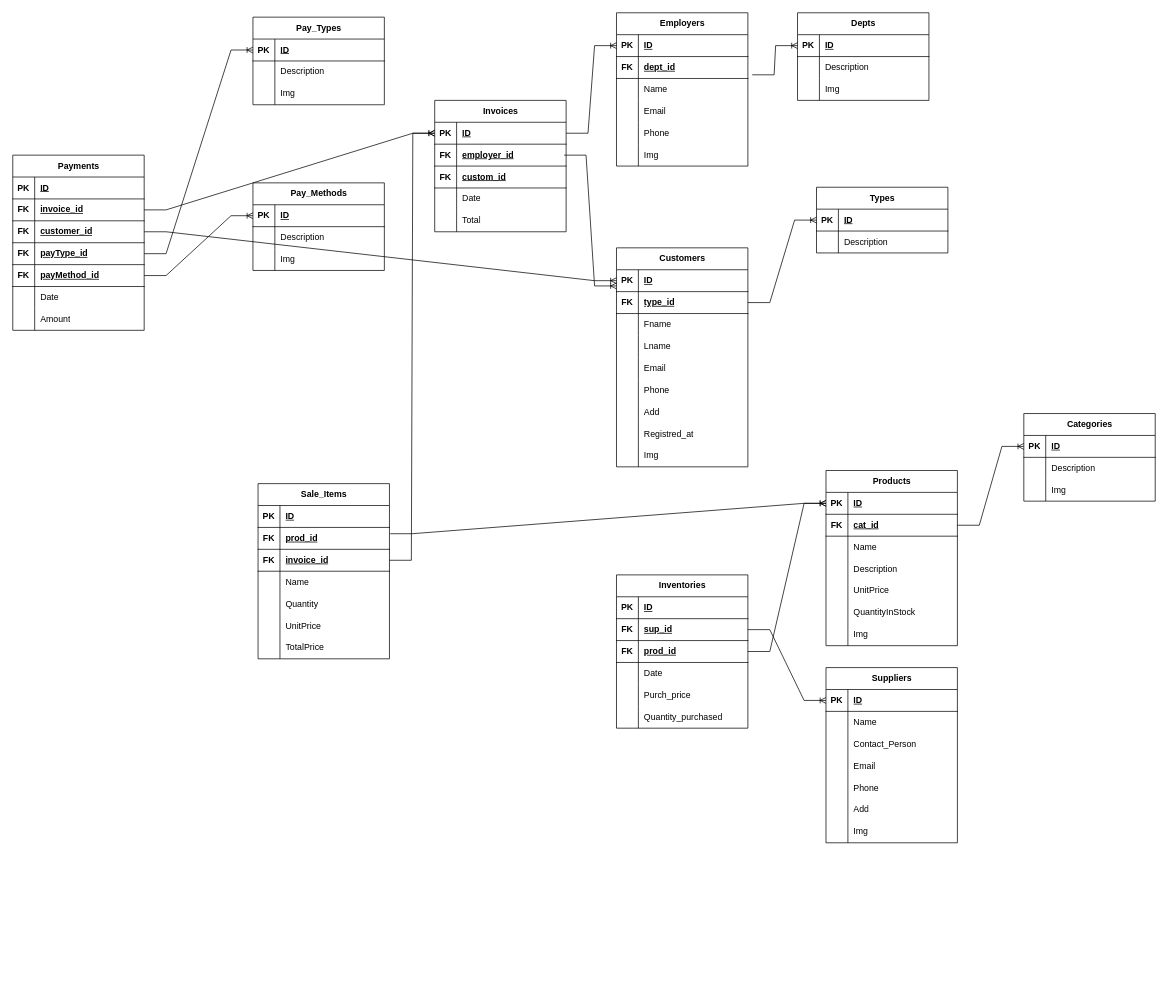
Before: Untitled Diagram.drawio in D4N73MY7H/ODOO_SHOP, a draw.io diagram. Source tidied: cells renumbered, new cells numbered last; positions are measured from the earlier drawing's top-left corner, leaving out a move shared by most shapes. Both pictures are drawn from the tidied source at 73%, with x=0, y=0 at pixel (12, 12).
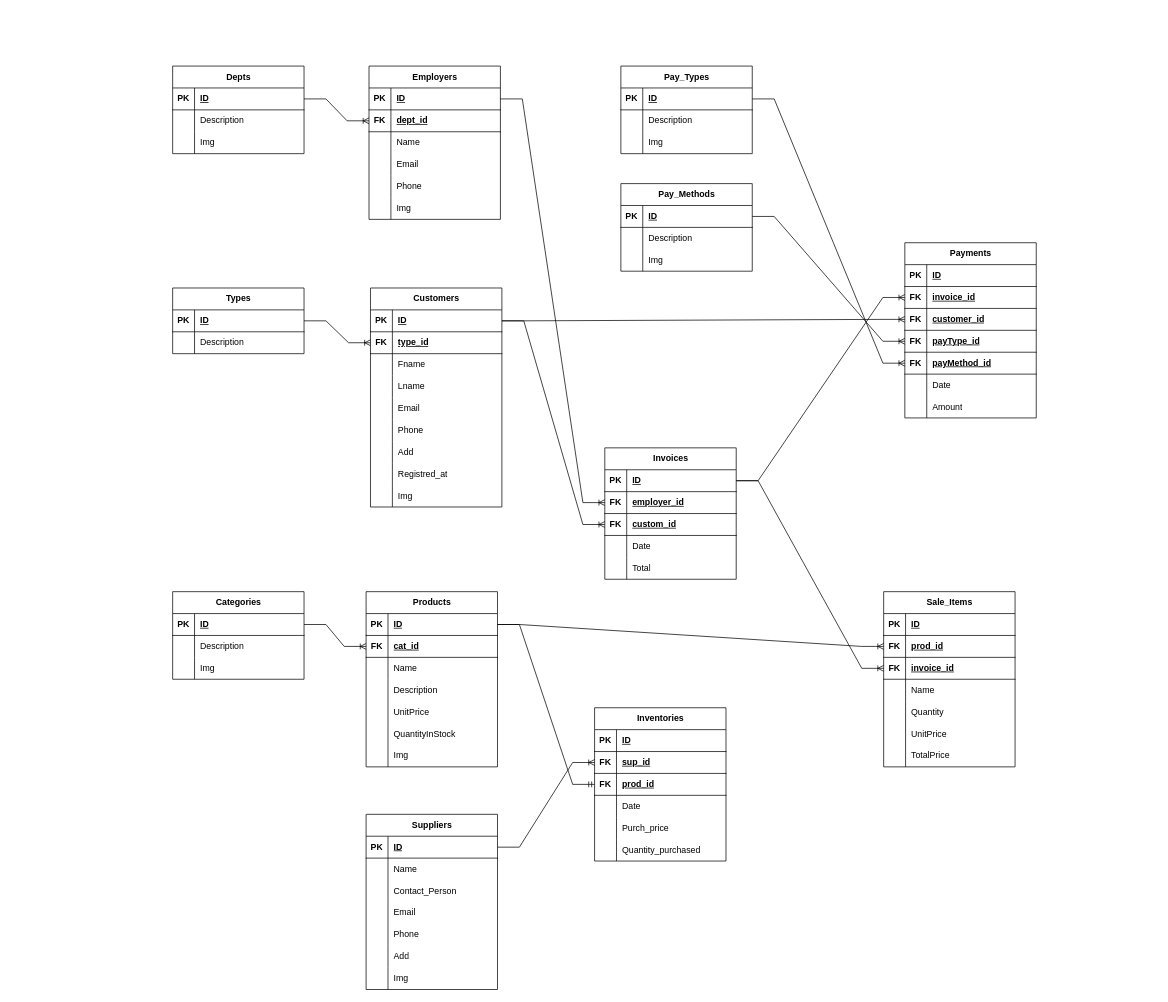
The same diagram, later.

Unchanged cells that the change refers to:
```xml
<mxCell id="3" style="shape=tableRow;horizontal=0;startSize=0;swimlaneHead=0;swimlaneBody=0;fillColor=none;points=[[0,0.5],[1,0.5]];portConstraint=eastwest;top=0;left=0;right=0;bottom=1;" parent="2" vertex="1">
  <mxGeometry y="30" width="180" height="30" as="geometry" />
</mxCell>
<mxCell id="13" style="shape=tableRow;horizontal=0;startSize=0;swimlaneHead=0;swimlaneBody=0;fillColor=none;points=[[0,0.5],[1,0.5]];portConstraint=eastwest;top=0;left=0;right=0;bottom=1;" parent="12" vertex="1">
  <mxGeometry y="30" width="180" height="30" as="geometry" />
</mxCell>
<mxCell id="20" style="shape=tableRow;horizontal=0;startSize=0;swimlaneHead=0;swimlaneBody=0;fillColor=none;points=[[0,0.5],[1,0.5]];portConstraint=eastwest;top=0;left=0;right=0;bottom=1;" parent="19" vertex="1">
  <mxGeometry y="30" width="180" height="30" as="geometry" />
</mxCell>
<mxCell id="30" style="shape=tableRow;horizontal=0;startSize=0;swimlaneHead=0;swimlaneBody=0;fillColor=none;points=[[0,0.5],[1,0.5]];portConstraint=eastwest;top=0;left=0;right=0;bottom=1;" parent="29" vertex="1">
  <mxGeometry y="30" width="180" height="30" as="geometry" />
</mxCell>
<mxCell id="40" style="shape=tableRow;horizontal=0;startSize=0;swimlaneHead=0;swimlaneBody=0;fillColor=none;points=[[0,0.5],[1,0.5]];portConstraint=eastwest;top=0;left=0;right=0;bottom=1;" parent="39" vertex="1">
  <mxGeometry y="30" width="180" height="30" as="geometry" />
</mxCell>
<mxCell id="50" style="shape=tableRow;horizontal=0;startSize=0;swimlaneHead=0;swimlaneBody=0;fillColor=none;points=[[0,0.5],[1,0.5]];portConstraint=eastwest;top=0;left=0;right=0;bottom=1;" parent="49" vertex="1">
  <mxGeometry y="30" width="180" height="30" as="geometry" />
</mxCell>
<mxCell id="53" style="shape=tableRow;horizontal=0;startSize=0;swimlaneHead=0;swimlaneBody=0;fillColor=none;points=[[0,0.5],[1,0.5]];portConstraint=eastwest;top=0;left=0;right=0;bottom=1;" parent="49" vertex="1">
  <mxGeometry y="60" width="180" height="30" as="geometry" />
</mxCell>
<mxCell id="69" style="shape=tableRow;horizontal=0;startSize=0;swimlaneHead=0;swimlaneBody=0;fillColor=none;points=[[0,0.5],[1,0.5]];portConstraint=eastwest;top=0;left=0;right=0;bottom=1;" parent="68" vertex="1">
  <mxGeometry y="30" width="180" height="30" as="geometry" />
</mxCell>
<mxCell id="72" style="shape=tableRow;horizontal=0;startSize=0;swimlaneHead=0;swimlaneBody=0;fillColor=none;points=[[0,0.5],[1,0.5]];portConstraint=eastwest;top=0;left=0;right=0;bottom=1;" parent="68" vertex="1">
  <mxGeometry y="60" width="180" height="30" as="geometry" />
</mxCell>
<mxCell id="97" style="shape=tableRow;horizontal=0;startSize=0;swimlaneHead=0;swimlaneBody=0;fillColor=none;points=[[0,0.5],[1,0.5]];portConstraint=eastwest;top=0;left=0;right=0;bottom=1;" parent="96" vertex="1">
  <mxGeometry y="30" width="180" height="30" as="geometry" />
</mxCell>
<mxCell id="119" style="shape=tableRow;horizontal=0;startSize=0;swimlaneHead=0;swimlaneBody=0;fillColor=none;points=[[0,0.5],[1,0.5]];portConstraint=eastwest;top=0;left=0;right=0;bottom=1;" parent="118" vertex="1">
  <mxGeometry y="30" width="180" height="30" as="geometry" />
</mxCell>
<mxCell id="122" style="shape=tableRow;horizontal=0;startSize=0;swimlaneHead=0;swimlaneBody=0;fillColor=none;points=[[0,0.5],[1,0.5]];portConstraint=eastwest;top=0;left=0;right=0;bottom=1;" parent="118" vertex="1">
  <mxGeometry y="60" width="180" height="30" as="geometry" />
</mxCell>
<mxCell id="144" style="shape=tableRow;horizontal=0;startSize=0;swimlaneHead=0;swimlaneBody=0;fillColor=none;points=[[0,0.5],[1,0.5]];portConstraint=eastwest;top=0;left=0;right=0;bottom=1;" parent="140" vertex="1">
  <mxGeometry y="60" width="180" height="30" as="geometry" />
</mxCell>
<mxCell id="147" style="shape=tableRow;horizontal=0;startSize=0;swimlaneHead=0;swimlaneBody=0;fillColor=none;points=[[0,0.5],[1,0.5]];portConstraint=eastwest;top=0;left=0;right=0;bottom=1;" parent="140" vertex="1">
  <mxGeometry y="90" width="180" height="30" as="geometry" />
</mxCell>
<mxCell id="160" style="shape=tableRow;horizontal=0;startSize=0;swimlaneHead=0;swimlaneBody=0;fillColor=none;points=[[0,0.5],[1,0.5]];portConstraint=eastwest;top=0;left=0;right=0;bottom=1;" parent="159" vertex="1">
  <mxGeometry y="30" width="180" height="30" as="geometry" />
</mxCell>
<mxCell id="163" style="shape=tableRow;horizontal=0;startSize=0;swimlaneHead=0;swimlaneBody=0;fillColor=none;points=[[0,0.5],[1,0.5]];portConstraint=eastwest;top=0;left=0;right=0;bottom=1;" parent="159" vertex="1">
  <mxGeometry y="60" width="180" height="30" as="geometry" />
</mxCell>
<mxCell id="166" style="shape=tableRow;horizontal=0;startSize=0;swimlaneHead=0;swimlaneBody=0;fillColor=none;points=[[0,0.5],[1,0.5]];portConstraint=eastwest;top=0;left=0;right=0;bottom=1;" parent="159" vertex="1">
  <mxGeometry y="90" width="180" height="30" as="geometry" />
</mxCell>
<mxCell id="179" style="shape=tableRow;horizontal=0;startSize=0;swimlaneHead=0;swimlaneBody=0;fillColor=none;points=[[0,0.5],[1,0.5]];portConstraint=eastwest;top=0;left=0;right=0;bottom=1;" parent="175" vertex="1">
  <mxGeometry y="60" width="180" height="30" as="geometry" />
</mxCell>
<mxCell id="182" style="shape=tableRow;horizontal=0;startSize=0;swimlaneHead=0;swimlaneBody=0;fillColor=none;points=[[0,0.5],[1,0.5]];portConstraint=eastwest;top=0;left=0;right=0;bottom=1;" parent="175" vertex="1">
  <mxGeometry y="90" width="180" height="30" as="geometry" />
</mxCell>
<mxCell id="206" style="shape=tableRow;horizontal=0;startSize=0;swimlaneHead=0;swimlaneBody=0;fillColor=none;points=[[0,0.5],[1,0.5]];portConstraint=eastwest;top=0;left=0;right=0;bottom=1;" parent="202" vertex="1">
  <mxGeometry y="60" width="180" height="30" as="geometry" />
</mxCell>
<mxCell id="209" style="shape=tableRow;horizontal=0;startSize=0;swimlaneHead=0;swimlaneBody=0;fillColor=none;points=[[0,0.5],[1,0.5]];portConstraint=eastwest;top=0;left=0;right=0;bottom=1;" parent="202" vertex="1">
  <mxGeometry y="90" width="180" height="30" as="geometry" />
</mxCell>
<mxCell id="212" style="shape=tableRow;horizontal=0;startSize=0;swimlaneHead=0;swimlaneBody=0;fillColor=none;points=[[0,0.5],[1,0.5]];portConstraint=eastwest;top=0;left=0;right=0;bottom=1;" parent="202" vertex="1">
  <mxGeometry y="120" width="180" height="30" as="geometry" />
</mxCell>
<mxCell id="215" style="shape=tableRow;horizontal=0;startSize=0;swimlaneHead=0;swimlaneBody=0;fillColor=none;points=[[0,0.5],[1,0.5]];portConstraint=eastwest;top=0;left=0;right=0;bottom=1;" parent="202" vertex="1">
  <mxGeometry y="150" width="180" height="30" as="geometry" />
</mxCell>
```

What changed in the source:
```diff
@@
     <mxCell id="2" value="Depts" style="shape=table;startSize=30;childLayout=tableLayout;rowLines=0;fontStyle=1;align=center;html=1;" parent="1" vertex="1">
-      <mxGeometry x="1075" width="180" height="120" as="geometry" />
+      <mxGeometry x="219" y="73" width="180" height="120" as="geometry" />
     </mxCell>
@@
     <mxCell id="12" value="Types" style="shape=table;startSize=30;childLayout=tableLayout;rowLines=0;fontStyle=1;align=center;html=1;" parent="1" vertex="1">
-      <mxGeometry x="1101" y="239" width="180" height="90" as="geometry" />
+      <mxGeometry x="219" y="377" width="180" height="90" as="geometry" />
     </mxCell>
@@
     <mxCell id="19" value="Categories" style="shape=table;startSize=30;childLayout=tableLayout;rowLines=0;fontStyle=1;align=center;html=1;" parent="1" vertex="1">
-      <mxGeometry x="1385" y="549" width="180" height="120" as="geometry" />
+      <mxGeometry x="219" y="793" width="180" height="120" as="geometry" />
     </mxCell>
@@
     <mxCell id="29" value="Pay_Types" style="shape=table;startSize=30;childLayout=tableLayout;rowLines=0;fontStyle=1;align=center;html=1;" parent="1" vertex="1">
-      <mxGeometry x="329" y="6" width="180" height="120" as="geometry" />
+      <mxGeometry x="833" y="73" width="180" height="120" as="geometry" />
     </mxCell>
@@
     <mxCell id="39" value="Pay_Methods" style="shape=table;startSize=30;childLayout=tableLayout;rowLines=0;fontStyle=1;align=center;html=1;" parent="1" vertex="1">
-      <mxGeometry x="329" y="233" width="180" height="120" as="geometry" />
+      <mxGeometry x="833" y="234" width="180" height="120" as="geometry" />
     </mxCell>
@@
     <mxCell id="49" value="Employers" style="shape=table;startSize=30;childLayout=tableLayout;rowLines=0;fontStyle=1;align=center;html=1;" parent="1" vertex="1">
-      <mxGeometry x="827" width="180" height="210" as="geometry" />
+      <mxGeometry x="488" y="73" width="180" height="210" as="geometry" />
     </mxCell>
@@
     <mxCell id="68" value="Customers" style="shape=table;startSize=30;childLayout=tableLayout;rowLines=0;fontStyle=1;align=center;html=1;" parent="1" vertex="1">
-      <mxGeometry x="827" y="322" width="180" height="300" as="geometry" />
+      <mxGeometry x="490" y="377" width="180" height="300" as="geometry" />
     </mxCell>
@@
     <mxCell id="96" value="Suppliers" style="shape=table;startSize=30;childLayout=tableLayout;rowLines=0;fontStyle=1;align=center;html=1;" parent="1" vertex="1">
-      <mxGeometry x="1114" y="897" width="180" height="240" as="geometry" />
+      <mxGeometry x="484" y="1098" width="180" height="240" as="geometry" />
     </mxCell>
@@
     <mxCell id="118" value="Products" style="shape=table;startSize=30;childLayout=tableLayout;rowLines=0;fontStyle=1;align=center;html=1;" parent="1" vertex="1">
-      <mxGeometry x="1114" y="627" width="180" height="240" as="geometry" />
+      <mxGeometry x="484" y="793" width="180" height="240" as="geometry" />
     </mxCell>
@@
     <mxCell id="140" value="Inventories" style="shape=table;startSize=30;childLayout=tableLayout;rowLines=0;fontStyle=1;align=center;html=1;" parent="1" vertex="1">
-      <mxGeometry x="827" y="770" width="180" height="210" as="geometry" />
+      <mxGeometry x="797" y="952" width="180" height="210" as="geometry" />
     </mxCell>
@@
     <mxCell id="159" value="Invoices" style="shape=table;startSize=30;childLayout=tableLayout;rowLines=0;fontStyle=1;align=center;html=1;" parent="1" vertex="1">
-      <mxGeometry x="578" y="120" width="180" height="180" as="geometry" />
+      <mxGeometry x="811" y="596" width="180" height="180" as="geometry" />
     </mxCell>
@@
     <mxCell id="175" value="Sale_Items" style="shape=table;startSize=30;childLayout=tableLayout;rowLines=0;fontStyle=1;align=center;html=1;" parent="1" vertex="1">
-      <mxGeometry x="336" y="645" width="180" height="240" as="geometry" />
+      <mxGeometry x="1193" y="793" width="180" height="240" as="geometry" />
     </mxCell>
@@
-    <mxCell id="197" style="edgeStyle=entityRelationEdgeStyle;fontSize=12;html=1;endArrow=ERoneToMany;rounded=0;entryX=0;entryY=0.5;entryDx=0;entryDy=0;exitX=1;exitY=0.5;exitDx=0;exitDy=0;" parent="1" edge="1" source="72" target="13">
-      <mxGeometry relative="1" as="geometry">
-        <Array as="points">
-          <mxPoint x="1288" y="243" />
-          <mxPoint x="1294" y="207" />
-        </Array>
-      </mxGeometry>
-    </mxCell>
-    <mxCell id="198" style="edgeStyle=entityRelationEdgeStyle;fontSize=12;html=1;endArrow=ERoneToMany;rounded=0;entryX=0;entryY=0.5;entryDx=0;entryDy=0;exitX=1.033;exitY=0.833;exitDx=0;exitDy=0;exitPerimeter=0;" parent="1" edge="1" source="53" target="3">
-      <mxGeometry relative="1" as="geometry" />
-    </mxCell>
-    <mxCell id="199" style="edgeStyle=entityRelationEdgeStyle;fontSize=12;html=1;endArrow=ERoneToMany;rounded=0;entryX=0;entryY=0.5;entryDx=0;entryDy=0;exitX=1;exitY=0.5;exitDx=0;exitDy=0;" parent="1" edge="1" source="122" target="20">
-      <mxGeometry relative="1" as="geometry" />
-    </mxCell>
-    <mxCell id="200" style="edgeStyle=entityRelationEdgeStyle;fontSize=12;html=1;endArrow=ERoneToMany;rounded=0;entryX=0;entryY=0.5;entryDx=0;entryDy=0;exitX=1;exitY=0.5;exitDx=0;exitDy=0;" parent="1" edge="1" source="147" target="119">
-      <mxGeometry relative="1" as="geometry" />
-    </mxCell>
-    <mxCell id="201" style="edgeStyle=entityRelationEdgeStyle;fontSize=12;html=1;endArrow=ERoneToMany;rounded=0;entryX=0;entryY=0.5;entryDx=0;entryDy=0;exitX=1;exitY=0.5;exitDx=0;exitDy=0;" parent="1" edge="1" source="144" target="97">
-      <mxGeometry relative="1" as="geometry">
-        <Array as="points">
-          <mxPoint x="1047" y="861" />
-          <mxPoint x="1070" y="881" />
-          <mxPoint x="1864" y="669" />
-          <mxPoint x="1548" y="660" />
-        </Array>
-      </mxGeometry>
-    </mxCell>
     <mxCell id="202" value="Payments" style="shape=table;startSize=30;childLayout=tableLayout;rowLines=0;fontStyle=1;align=center;html=1;" parent="1" vertex="1">
-      <mxGeometry y="195" width="180" height="240" as="geometry" />
+      <mxGeometry x="1222" y="315" width="180" height="240" as="geometry" />
     </mxCell>
@@
-    <mxCell id="224" style="edgeStyle=entityRelationEdgeStyle;fontSize=12;html=1;endArrow=ERoneToMany;rounded=0;entryX=0;entryY=0.5;entryDx=0;entryDy=0;exitX=1;exitY=0.5;exitDx=0;exitDy=0;" parent="1" edge="1" source="160" target="50">
-      <mxGeometry relative="1" as="geometry" />
-    </mxCell>
-    <mxCell id="225" style="edgeStyle=entityRelationEdgeStyle;fontSize=12;html=1;endArrow=ERoneToMany;rounded=0;entryX=0.015;entryY=0.739;entryDx=0;entryDy=0;entryPerimeter=0;exitX=1;exitY=0.5;exitDx=0;exitDy=0;" parent="1" edge="1">
-      <mxGeometry relative="1" as="geometry">
-        <mxPoint x="755.3" y="195" as="sourcePoint" />
-        <mxPoint x="827" y="374.2" as="targetPoint" />
-      </mxGeometry>
-    </mxCell>
-    <mxCell id="226" style="edgeStyle=entityRelationEdgeStyle;fontSize=12;html=1;endArrow=ERoneToMany;rounded=0;exitX=1.006;exitY=0.288;exitDx=0;exitDy=0;exitPerimeter=0;entryX=0;entryY=0.5;entryDx=0;entryDy=0;" parent="1" edge="1" source="179" target="119">
-      <mxGeometry relative="1" as="geometry" />
-    </mxCell>
-    <mxCell id="227" style="edgeStyle=entityRelationEdgeStyle;fontSize=12;html=1;endArrow=ERoneToMany;rounded=0;exitX=1;exitY=0.5;exitDx=0;exitDy=0;entryX=0;entryY=0.5;entryDx=0;entryDy=0;" parent="1" edge="1" source="182" target="160">
-      <mxGeometry relative="1" as="geometry" />
-    </mxCell>
-    <mxCell id="228" style="edgeStyle=entityRelationEdgeStyle;fontSize=12;html=1;endArrow=ERoneToMany;rounded=0;exitX=1;exitY=0.5;exitDx=0;exitDy=0;entryX=0;entryY=0.5;entryDx=0;entryDy=0;" parent="1" edge="1" source="206" target="160">
-      <mxGeometry relative="1" as="geometry" />
-    </mxCell>
-    <mxCell id="229" style="edgeStyle=entityRelationEdgeStyle;fontSize=12;html=1;endArrow=ERoneToMany;rounded=0;exitX=1;exitY=0.5;exitDx=0;exitDy=0;" parent="1" edge="1" source="209" target="69">
-      <mxGeometry relative="1" as="geometry">
-        <Array as="points">
-          <mxPoint x="391" y="408" />
-        </Array>
-      </mxGeometry>
-    </mxCell>
-    <mxCell id="230" style="edgeStyle=entityRelationEdgeStyle;fontSize=12;html=1;endArrow=ERoneToMany;rounded=0;exitX=1;exitY=0.5;exitDx=0;exitDy=0;" parent="1" edge="1" source="215" target="40">
-      <mxGeometry relative="1" as="geometry" />
-    </mxCell>
-    <mxCell id="231" style="edgeStyle=entityRelationEdgeStyle;fontSize=12;html=1;endArrow=ERoneToMany;rounded=0;exitX=1;exitY=0.5;exitDx=0;exitDy=0;" parent="1" edge="1" source="212" target="30">
-      <mxGeometry relative="1" as="geometry" />
-    </mxCell>
+    <mxCell id="232" style="edgeStyle=entityRelationEdgeStyle;fontSize=12;html=1;endArrow=ERoneToMany;rounded=0;exitX=1;exitY=0.5;exitDx=0;exitDy=0;entryX=0;entryY=0.5;entryDx=0;entryDy=0;" parent="1" edge="1" source="3" target="53">
+      <mxGeometry relative="1" as="geometry" />
+    </mxCell>
+    <mxCell id="233" style="edgeStyle=entityRelationEdgeStyle;fontSize=12;html=1;endArrow=ERoneToMany;rounded=0;exitX=1;exitY=0.5;exitDx=0;exitDy=0;entryX=0;entryY=0.5;entryDx=0;entryDy=0;" parent="1" edge="1" source="13" target="72">
+      <mxGeometry relative="1" as="geometry" />
+    </mxCell>
+    <mxCell id="234" style="edgeStyle=entityRelationEdgeStyle;fontSize=12;html=1;endArrow=ERoneToMany;rounded=0;exitX=1;exitY=0.5;exitDx=0;exitDy=0;entryX=0;entryY=0.5;entryDx=0;entryDy=0;" parent="1" edge="1" source="20" target="122">
+      <mxGeometry relative="1" as="geometry" />
+    </mxCell>
+    <mxCell id="235" style="edgeStyle=entityRelationEdgeStyle;fontSize=12;html=1;endArrow=ERmandOne;rounded=0;exitX=1;exitY=0.5;exitDx=0;exitDy=0;entryX=0;entryY=0.5;entryDx=0;entryDy=0;" parent="1" edge="1" source="119" target="147">
+      <mxGeometry relative="1" as="geometry" />
+    </mxCell>
+    <mxCell id="236" style="edgeStyle=entityRelationEdgeStyle;fontSize=12;html=1;endArrow=ERoneToMany;rounded=0;exitX=1;exitY=0.5;exitDx=0;exitDy=0;entryX=0;entryY=0.5;entryDx=0;entryDy=0;" parent="1" edge="1" source="97" target="144">
+      <mxGeometry relative="1" as="geometry" />
+    </mxCell>
+    <mxCell id="237" style="edgeStyle=entityRelationEdgeStyle;fontSize=12;html=1;endArrow=ERoneToMany;rounded=0;entryX=0;entryY=0.5;entryDx=0;entryDy=0;exitX=1;exitY=0.5;exitDx=0;exitDy=0;" parent="1" edge="1" source="50" target="163">
+      <mxGeometry relative="1" as="geometry" />
+    </mxCell>
+    <mxCell id="238" style="edgeStyle=entityRelationEdgeStyle;fontSize=12;html=1;endArrow=ERoneToMany;rounded=0;entryX=0;entryY=0.5;entryDx=0;entryDy=0;" parent="1" edge="1" source="69" target="166">
+      <mxGeometry relative="1" as="geometry" />
+    </mxCell>
+    <mxCell id="239" style="edgeStyle=entityRelationEdgeStyle;fontSize=12;html=1;endArrow=ERoneToMany;rounded=0;exitX=1;exitY=0.5;exitDx=0;exitDy=0;entryX=0;entryY=0.5;entryDx=0;entryDy=0;" parent="1" edge="1" source="160" target="206">
+      <mxGeometry relative="1" as="geometry" />
+    </mxCell>
+    <mxCell id="240" style="edgeStyle=entityRelationEdgeStyle;fontSize=12;html=1;endArrow=ERoneToMany;rounded=0;exitX=1;exitY=0.5;exitDx=0;exitDy=0;entryX=0;entryY=0.5;entryDx=0;entryDy=0;" parent="1" edge="1" source="69" target="209">
+      <mxGeometry relative="1" as="geometry" />
+    </mxCell>
+    <mxCell id="241" style="edgeStyle=entityRelationEdgeStyle;fontSize=12;html=1;endArrow=ERoneToMany;rounded=0;entryX=0;entryY=0.5;entryDx=0;entryDy=0;exitX=1;exitY=0.5;exitDx=0;exitDy=0;" parent="1" edge="1" source="40" target="212">
+      <mxGeometry relative="1" as="geometry" />
+    </mxCell>
+    <mxCell id="242" style="edgeStyle=entityRelationEdgeStyle;fontSize=12;html=1;endArrow=ERoneToMany;rounded=0;entryX=0;entryY=0.5;entryDx=0;entryDy=0;exitX=1;exitY=0.5;exitDx=0;exitDy=0;" parent="1" edge="1" source="30" target="215">
+      <mxGeometry relative="1" as="geometry" />
+    </mxCell>
+    <mxCell id="243" style="edgeStyle=entityRelationEdgeStyle;fontSize=12;html=1;endArrow=ERoneToMany;rounded=0;exitX=1;exitY=0.5;exitDx=0;exitDy=0;entryX=0;entryY=0.5;entryDx=0;entryDy=0;" parent="1" edge="1" source="160" target="182">
+      <mxGeometry relative="1" as="geometry" />
+    </mxCell>
+    <mxCell id="244" style="edgeStyle=entityRelationEdgeStyle;fontSize=12;html=1;endArrow=ERoneToMany;rounded=0;exitX=1;exitY=0.5;exitDx=0;exitDy=0;entryX=0;entryY=0.5;entryDx=0;entryDy=0;" parent="1" edge="1" source="119" target="179">
+      <mxGeometry relative="1" as="geometry" />
+    </mxCell>
```
